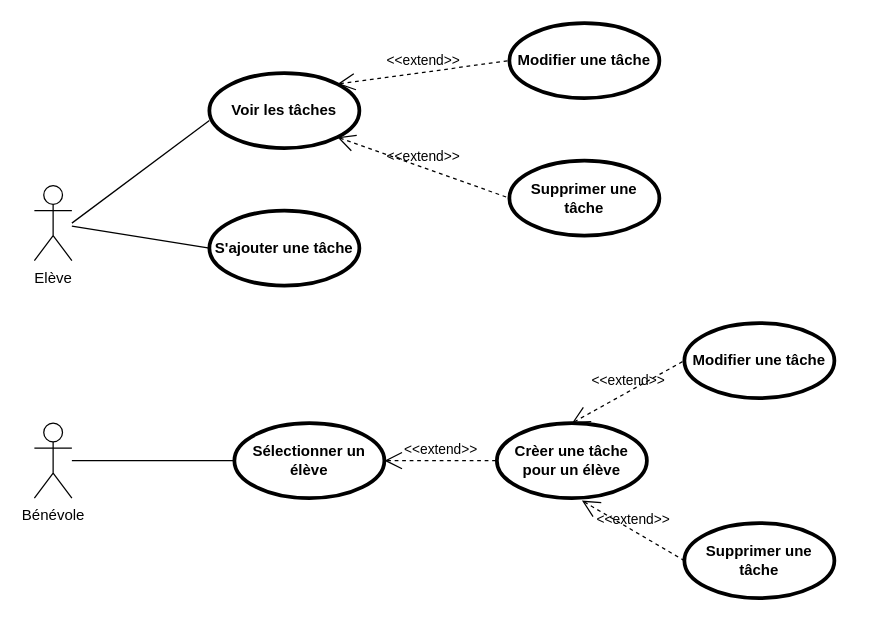
The draw.io diagram Gestionnaire de taches Diagram.drawio in tchicoulo/learnathome, before the edit. Source tidied: cells renumbered, new cells numbered last; positions are measured from the earlier drawing's top-left corner, leaving out a move shared by most shapes. Both pictures are drawn from the tidied source at 125%, with x=0, y=0 at pixel (34, 22).
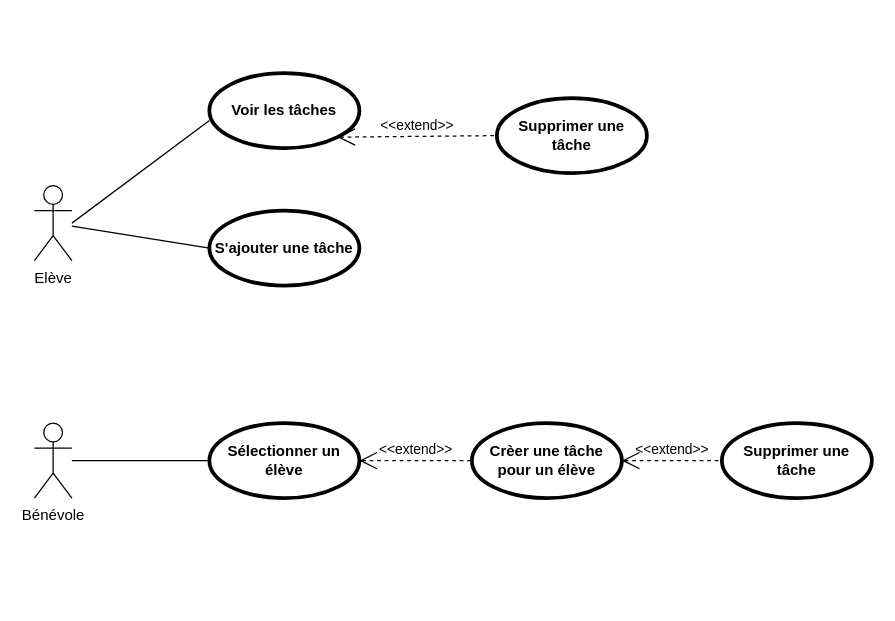
The same page after the edit.

Unchanged cells that the change refers to:
```xml
<mxCell id="4" value="Voir les tâches" style="shape=ellipse;html=1;strokeWidth=3;fontStyle=1;whiteSpace=wrap;align=center;perimeter=ellipsePerimeter;" parent="1" vertex="1">
  <mxGeometry x="140" y="40" width="120" height="60" as="geometry" />
</mxCell>
```

What changed in the source:
```diff
@@
     <mxCell id="6" value="Sélectionner un élève" style="shape=ellipse;html=1;strokeWidth=3;fontStyle=1;whiteSpace=wrap;align=center;perimeter=ellipsePerimeter;" parent="1" vertex="1">
-      <mxGeometry x="160" y="320" width="120" height="60" as="geometry" />
+      <mxGeometry x="140" y="320" width="120" height="60" as="geometry" />
     </mxCell>
-    <mxCell id="7" value="Modifier une tâche" style="shape=ellipse;html=1;strokeWidth=3;fontStyle=1;whiteSpace=wrap;align=center;perimeter=ellipsePerimeter;" parent="1" vertex="1">
-      <mxGeometry x="380" width="120" height="60" as="geometry" />
-    </mxCell>
     <mxCell id="8" value="Supprimer une tâche" style="shape=ellipse;html=1;strokeWidth=3;fontStyle=1;whiteSpace=wrap;align=center;perimeter=ellipsePerimeter;" parent="1" vertex="1">
-      <mxGeometry x="380" y="110" width="120" height="60" as="geometry" />
+      <mxGeometry x="370" y="60" width="120" height="60" as="geometry" />
     </mxCell>
@@
-    <mxCell id="10" value="&amp;lt;&amp;lt;extend&amp;gt;&amp;gt;" style="edgeStyle=none;html=1;startArrow=open;endArrow=none;startSize=12;verticalAlign=bottom;dashed=1;labelBackgroundColor=none;rounded=0;exitX=1;exitY=0;exitDx=0;exitDy=0;entryX=0;entryY=0.5;entryDx=0;entryDy=0;" parent="1" edge="1" source="4" target="7">
-      <mxGeometry relative="1" as="geometry" />
-    </mxCell>
@@
     <mxCell id="14" value="Crèer une tâche pour un élève" style="shape=ellipse;html=1;strokeWidth=3;fontStyle=1;whiteSpace=wrap;align=center;perimeter=ellipsePerimeter;" parent="1" vertex="1">
-      <mxGeometry x="370" y="320" width="120" height="60" as="geometry" />
+      <mxGeometry x="350" y="320" width="120" height="60" as="geometry" />
     </mxCell>
@@
     <mxCell id="16" value="Supprimer une tâche" style="shape=ellipse;html=1;strokeWidth=3;fontStyle=1;whiteSpace=wrap;align=center;perimeter=ellipsePerimeter;" parent="1" vertex="1">
-      <mxGeometry x="520" y="400" width="120" height="60" as="geometry" />
+      <mxGeometry x="550" y="320" width="120" height="60" as="geometry" />
     </mxCell>
-    <mxCell id="17" value="Modifier une tâche" style="shape=ellipse;html=1;strokeWidth=3;fontStyle=1;whiteSpace=wrap;align=center;perimeter=ellipsePerimeter;" parent="1" vertex="1">
-      <mxGeometry x="520" y="240" width="120" height="60" as="geometry" />
-    </mxCell>
-    <mxCell id="18" value="&amp;lt;&amp;lt;extend&amp;gt;&amp;gt;" style="edgeStyle=none;html=1;startArrow=open;endArrow=none;startSize=12;verticalAlign=bottom;dashed=1;labelBackgroundColor=none;rounded=0;exitX=0.5;exitY=0;exitDx=0;exitDy=0;entryX=0;entryY=0.5;entryDx=0;entryDy=0;" parent="1" edge="1" source="14" target="17">
-      <mxGeometry relative="1" as="geometry" />
-    </mxCell>
-    <mxCell id="19" value="&amp;lt;&amp;lt;extend&amp;gt;&amp;gt;" style="edgeStyle=none;html=1;startArrow=open;endArrow=none;startSize=12;verticalAlign=bottom;dashed=1;labelBackgroundColor=none;rounded=0;exitX=0.567;exitY=1.033;exitDx=0;exitDy=0;entryX=0;entryY=0.5;entryDx=0;entryDy=0;exitPerimeter=0;" parent="1" edge="1" source="14" target="16">
+    <mxCell id="19" value="&amp;lt;&amp;lt;extend&amp;gt;&amp;gt;" style="edgeStyle=none;html=1;startArrow=open;endArrow=none;startSize=12;verticalAlign=bottom;dashed=1;labelBackgroundColor=none;rounded=0;exitX=1;exitY=0.5;exitDx=0;exitDy=0;entryX=0;entryY=0.5;entryDx=0;entryDy=0;" parent="1" edge="1" source="14" target="16">
       <mxGeometry relative="1" as="geometry" />
     </mxCell>
```
